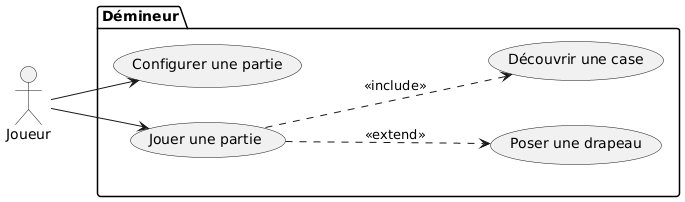
This is img/exo_uml/demineur_cas_utilisation.png from ClementDelgrange/Cours_analyse_informatique, a PlantUML export, as it was before one commit.
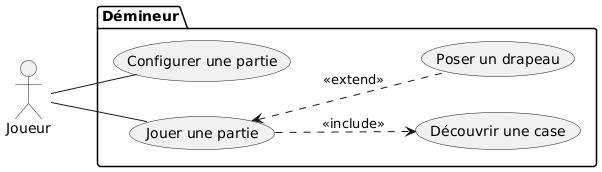
The same diagram one commit later.

Commit message:
fix: demineur cas d'utilisation

Diff of the diagram source:
```diff
@@ -1,17 +1,14 @@
 @startuml
 left to right direction
-
-actor Joueur
-
-package "Démineur" {
+actor Joueur as j
+package Démineur {
   usecase "Configurer une partie" as UC1
   usecase "Jouer une partie" as UC2
-  usecase "Poser une drapeau" as UC2a
-  usecase "Découvrir une case" as UC2b
+  usecase "Découvrir une case" as UC3
+  usecase "Poser un drapeau" as UC4
 }
-
-Joueur --> UC1
-Joueur --> UC2
-UC2 .-down-> UC2a : <<extend>>
-UC2 .-down-> UC2b : <<include>>
+j -- UC1
+j -- UC2
+UC2 ..> UC3: <<include>>
+UC2 <.. UC4: <<extend>>
 @enduml
```
